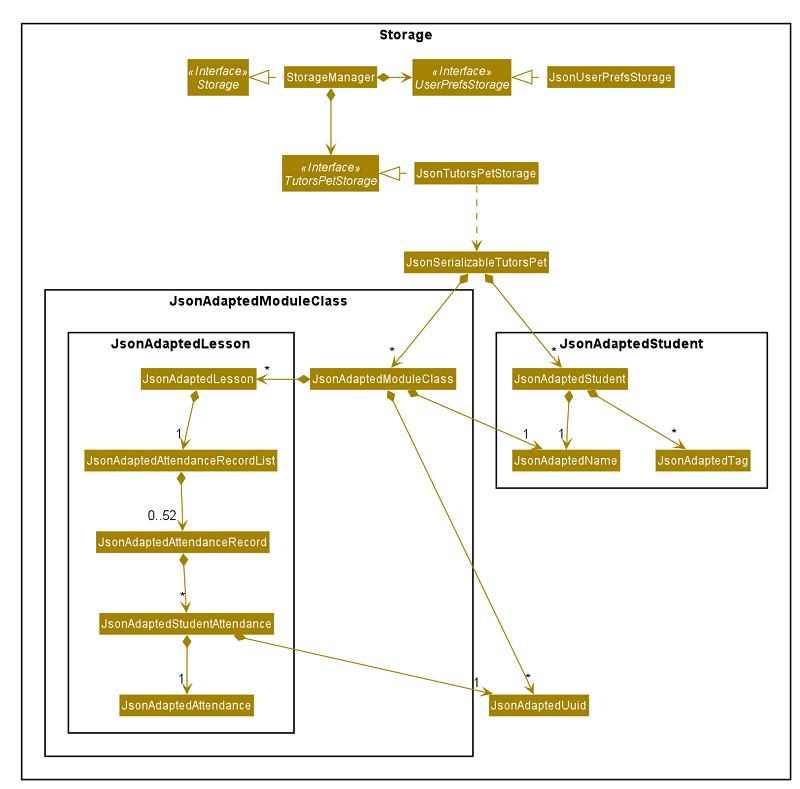
This is docs/images/StorageClassDiagram.png from ypinhsuan/tp, a PlantUML export, as it was before one commit. Its source is kept beside it as docs/diagrams/StorageClassDiagram.puml.
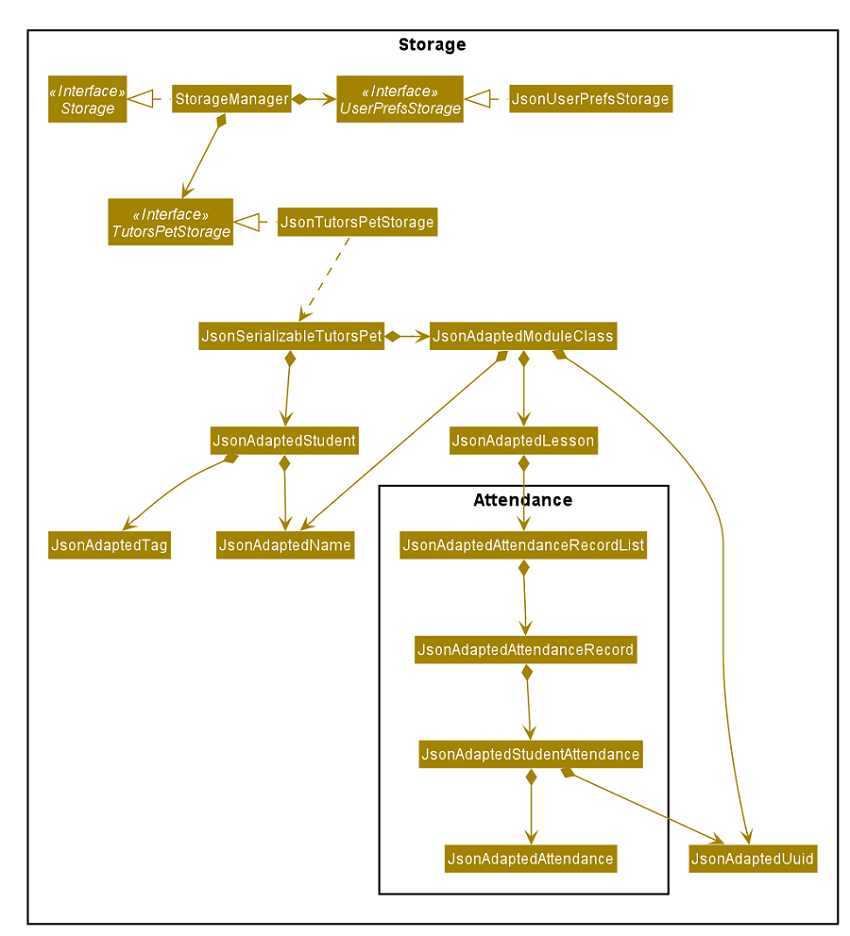
Later version of the same file.

Diff of the diagram source:
```diff
@@ -4,38 +4,27 @@
 skinparam arrowColor STORAGE_COLOR
 skinparam classBackgroundColor STORAGE_COLOR
 
-Package Storage <<Rectangle>> {
+package Storage <<Rectangle>> {
 Interface Storage <<Interface>>
 Interface UserPrefsStorage <<Interface>>
 Interface TutorsPetStorage <<Interface>>
+class StorageManager
+class JsonUserPrefsStorage
+class JsonTutorsPetStorage
+class JsonSerializableTutorsPet
+class JsonAdaptedStudent
+class JsonAdaptedTag
+class JsonAdaptedName
+class JsonAdaptedModuleClass
+class JsonAdaptedLesson
 
-Class StorageManager
-Class JsonUserPrefsStorage
-Class JsonTutorsPetStorage
-Class JsonSerializableTutorsPet
-
-Package JsonAdaptedStudent <<Rectangle>> {
-Class JsonAdaptedStudent
-Class JsonAdaptedTag
-Class JsonAdaptedName
+package Attendance <<Rectangle>> {
+class JsonAdaptedAttendanceRecordList
+class JsonAdaptedAttendanceRecord
+class JsonAdaptedStudentAttendance
+class JsonAdaptedAttendance
 }
-
-Package JsonAdaptedModuleClass <<Rectangle>> {
-Class JsonAdaptedModuleClass
-
-Package JsonAdaptedLesson <<Rectangle>> {
-Class JsonAdaptedLesson
-Class JsonAdaptedAttendanceRecordList
-Class JsonAdaptedAttendanceRecord
-Class JsonAdaptedStudentAttendance
-Class JsonAdaptedAttendance
-}
-
-}
-
-
-Class JsonAdaptedUuid
-
+class JsonAdaptedUuid
 }
 
 StorageManager .left.|> Storage
@@ -45,17 +34,17 @@
 JsonUserPrefsStorage .left.|> UserPrefsStorage
 JsonTutorsPetStorage .left.|> TutorsPetStorage
 JsonTutorsPetStorage .down.> JsonSerializableTutorsPet
-JsonSerializableTutorsPet *-down->"*" JsonAdaptedStudent
-JsonSerializableTutorsPet *-down->"*" JsonAdaptedModuleClass
-JsonAdaptedStudent *-down->"1" JsonAdaptedName
-JsonAdaptedStudent *-down->"*" JsonAdaptedTag
-JsonAdaptedModuleClass *-down->"1" JsonAdaptedName
-JsonAdaptedModuleClass *-down->"*" JsonAdaptedUuid
-JsonAdaptedModuleClass *-right->"*" JsonAdaptedLesson
-JsonAdaptedLesson *-down->"1" JsonAdaptedAttendanceRecordList
-JsonAdaptedAttendanceRecordList *-down->"0..52" JsonAdaptedAttendanceRecord
-JsonAdaptedAttendanceRecord *-down->"*" JsonAdaptedStudentAttendance
-JsonAdaptedStudentAttendance *-down->"1" JsonAdaptedUuid
-JsonAdaptedStudentAttendance *-down->"1" JsonAdaptedAttendance
+JsonSerializableTutorsPet *-down-> JsonAdaptedStudent
+JsonSerializableTutorsPet *-right-> JsonAdaptedModuleClass
+JsonAdaptedStudent *-down-> JsonAdaptedName
+JsonAdaptedStudent *-down-> JsonAdaptedTag
+JsonAdaptedModuleClass *-down-> JsonAdaptedName
+JsonAdaptedModuleClass *-down-> JsonAdaptedUuid
+JsonAdaptedModuleClass *-down-> JsonAdaptedLesson
+JsonAdaptedLesson *-down-> JsonAdaptedAttendanceRecordList
+JsonAdaptedAttendanceRecordList *-down-> JsonAdaptedAttendanceRecord
+JsonAdaptedAttendanceRecord *-down-> JsonAdaptedStudentAttendance
+JsonAdaptedStudentAttendance *-down-> JsonAdaptedUuid
+JsonAdaptedStudentAttendance *-down-> JsonAdaptedAttendance
 
 @enduml
```
